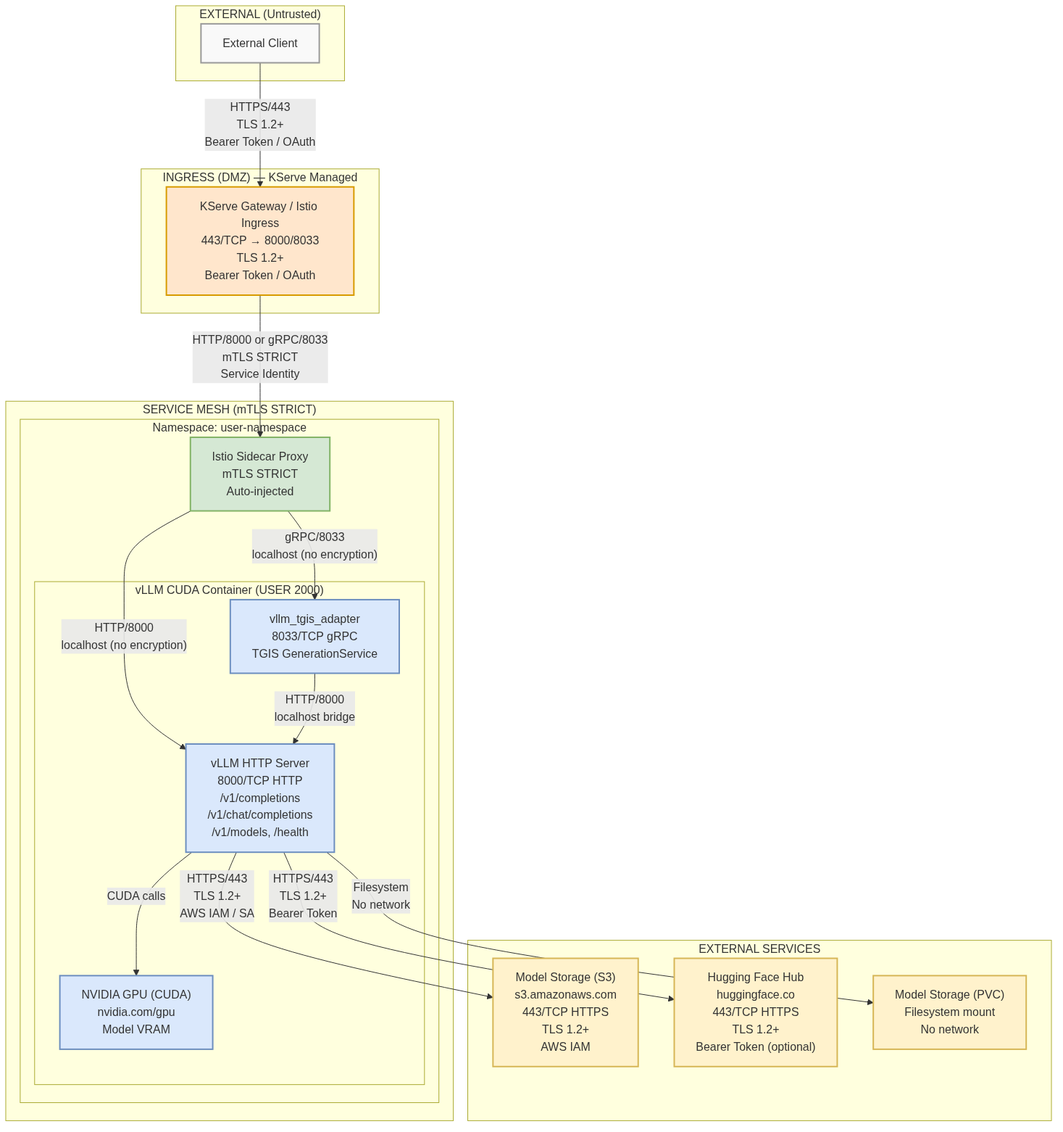
Earlier version of the Mermaid export architecture/rhoai.next/diagrams/vllm-security-network.png (rhuss/architecture-context). Its source is kept beside it as architecture/rhoai.next/diagrams/vllm-security-network.mmd. The source it was exported from:
```mermaid
graph TB
    subgraph External["EXTERNAL (Untrusted)"]
        Client["External Client"]
    end

    subgraph Ingress["INGRESS (DMZ) — KServe Managed"]
        Gateway["KServe Gateway / Istio Ingress<br/>443/TCP → 8000/8033<br/>TLS 1.2+<br/>Bearer Token / OAuth"]
    end

    subgraph ServiceMesh["SERVICE MESH (mTLS STRICT)"]
        direction TB

        subgraph NS_User["Namespace: user-namespace"]
            Sidecar["Istio Sidecar Proxy<br/>mTLS STRICT<br/>Auto-injected"]

            subgraph Container["vLLM CUDA Container (USER 2000)"]
                direction TB
                TGISAdapter["vllm_tgis_adapter<br/>8033/TCP gRPC<br/>TGIS GenerationService"]
                VLLMServer["vLLM HTTP Server<br/>8000/TCP HTTP<br/>/v1/completions<br/>/v1/chat/completions<br/>/v1/models, /health"]
                GPURuntime["NVIDIA GPU (CUDA)<br/>nvidia.com/gpu<br/>Model VRAM"]
            end
        end
    end

    subgraph ExternalServices["EXTERNAL SERVICES"]
        S3["Model Storage (S3)<br/>s3.amazonaws.com<br/>443/TCP HTTPS<br/>TLS 1.2+<br/>AWS IAM"]
        HFHub["Hugging Face Hub<br/>huggingface.co<br/>443/TCP HTTPS<br/>TLS 1.2+<br/>Bearer Token (optional)"]
        PVC["Model Storage (PVC)<br/>Filesystem mount<br/>No network"]
    end

    Client -->|"HTTPS/443<br/>TLS 1.2+<br/>Bearer Token / OAuth"| Gateway

    Gateway -->|"HTTP/8000 or gRPC/8033<br/>mTLS STRICT<br/>Service Identity"| Sidecar

    Sidecar -->|"HTTP/8000<br/>localhost (no encryption)"| VLLMServer
    Sidecar -->|"gRPC/8033<br/>localhost (no encryption)"| TGISAdapter

    TGISAdapter -->|"HTTP/8000<br/>localhost bridge"| VLLMServer
    VLLMServer -->|"CUDA calls"| GPURuntime

    VLLMServer -->|"HTTPS/443<br/>TLS 1.2+<br/>AWS IAM / SA"| S3
    VLLMServer -->|"HTTPS/443<br/>TLS 1.2+<br/>Bearer Token"| HFHub
    VLLMServer -->|"Filesystem<br/>No network"| PVC

    classDef external fill:#f9f9f9,stroke:#999,stroke-width:2px
    classDef ingress fill:#ffe6cc,stroke:#d79b00,stroke-width:2px
    classDef servicemesh fill:#d5e8d4,stroke:#82b366,stroke-width:2px
    classDef container fill:#dae8fc,stroke:#6c8ebf,stroke-width:2px
    classDef externalservice fill:#fff2cc,stroke:#d6b656,stroke-width:2px

    class Client external
    class Gateway ingress
    class Sidecar servicemesh
    class TGISAdapter,VLLMServer,GPURuntime container
    class S3,HFHub,PVC externalservice
```
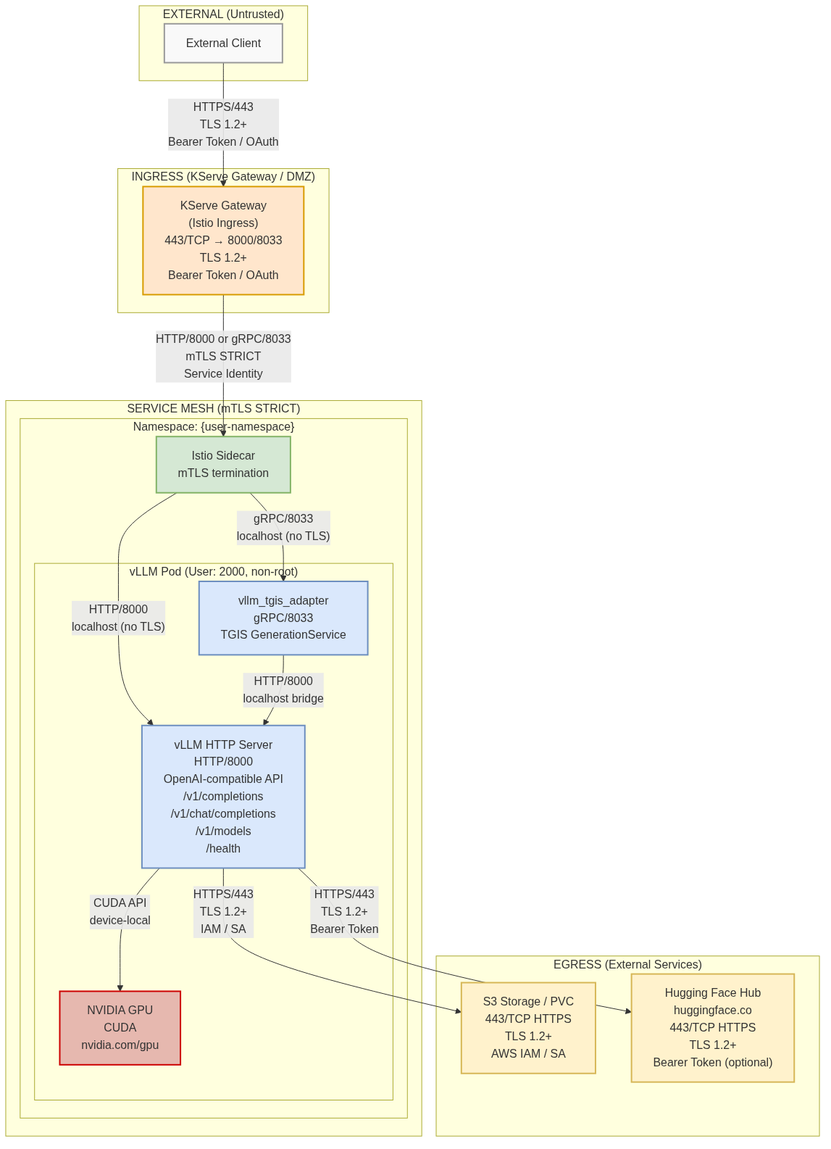
After the change.

Diff of the diagram source:
```diff
@@ -3,53 +3,48 @@
         Client["External Client"]
     end
 
-    subgraph Ingress["INGRESS (DMZ) — KServe Managed"]
-        Gateway["KServe Gateway / Istio Ingress<br/>443/TCP → 8000/8033<br/>TLS 1.2+<br/>Bearer Token / OAuth"]
+    subgraph Ingress["INGRESS (KServe Gateway / DMZ)"]
+        Gateway["KServe Gateway<br/>(Istio Ingress)<br/>443/TCP → 8000/8033<br/>TLS 1.2+<br/>Bearer Token / OAuth"]
     end
 
     subgraph ServiceMesh["SERVICE MESH (mTLS STRICT)"]
         direction TB
 
-        subgraph NS_User["Namespace: user-namespace"]
-            Sidecar["Istio Sidecar Proxy<br/>mTLS STRICT<br/>Auto-injected"]
+        subgraph NS_User["Namespace: {user-namespace}"]
+            Sidecar["Istio Sidecar<br/>mTLS termination"]
 
-            subgraph Container["vLLM CUDA Container (USER 2000)"]
-                direction TB
-                TGISAdapter["vllm_tgis_adapter<br/>8033/TCP gRPC<br/>TGIS GenerationService"]
-                VLLMServer["vLLM HTTP Server<br/>8000/TCP HTTP<br/>/v1/completions<br/>/v1/chat/completions<br/>/v1/models, /health"]
-                GPURuntime["NVIDIA GPU (CUDA)<br/>nvidia.com/gpu<br/>Model VRAM"]
+            subgraph Pod["vLLM Pod (User: 2000, non-root)"]
+                TGISAdapter["vllm_tgis_adapter<br/>gRPC/8033<br/>TGIS GenerationService"]
+                vLLMHTTP["vLLM HTTP Server<br/>HTTP/8000<br/>OpenAI-compatible API<br/>/v1/completions<br/>/v1/chat/completions<br/>/v1/models<br/>/health"]
+                GPUDevice["NVIDIA GPU<br/>CUDA<br/>nvidia.com/gpu"]
             end
         end
     end
 
-    subgraph ExternalServices["EXTERNAL SERVICES"]
-        S3["Model Storage (S3)<br/>s3.amazonaws.com<br/>443/TCP HTTPS<br/>TLS 1.2+<br/>AWS IAM"]
-        HFHub["Hugging Face Hub<br/>huggingface.co<br/>443/TCP HTTPS<br/>TLS 1.2+<br/>Bearer Token (optional)"]
-        PVC["Model Storage (PVC)<br/>Filesystem mount<br/>No network"]
+    subgraph ExternalServices["EGRESS (External Services)"]
+        S3["S3 Storage / PVC<br/>443/TCP HTTPS<br/>TLS 1.2+<br/>AWS IAM / SA"]
+        HuggingFace["Hugging Face Hub<br/>huggingface.co<br/>443/TCP HTTPS<br/>TLS 1.2+<br/>Bearer Token (optional)"]
     end
 
     Client -->|"HTTPS/443<br/>TLS 1.2+<br/>Bearer Token / OAuth"| Gateway
-
     Gateway -->|"HTTP/8000 or gRPC/8033<br/>mTLS STRICT<br/>Service Identity"| Sidecar
-
-    Sidecar -->|"HTTP/8000<br/>localhost (no encryption)"| VLLMServer
-    Sidecar -->|"gRPC/8033<br/>localhost (no encryption)"| TGISAdapter
-
-    TGISAdapter -->|"HTTP/8000<br/>localhost bridge"| VLLMServer
-    VLLMServer -->|"CUDA calls"| GPURuntime
-
-    VLLMServer -->|"HTTPS/443<br/>TLS 1.2+<br/>AWS IAM / SA"| S3
-    VLLMServer -->|"HTTPS/443<br/>TLS 1.2+<br/>Bearer Token"| HFHub
-    VLLMServer -->|"Filesystem<br/>No network"| PVC
+    Sidecar -->|"HTTP/8000<br/>localhost (no TLS)"| vLLMHTTP
+    Sidecar -->|"gRPC/8033<br/>localhost (no TLS)"| TGISAdapter
+    TGISAdapter -->|"HTTP/8000<br/>localhost bridge"| vLLMHTTP
+    vLLMHTTP -->|"CUDA API<br/>device-local"| GPUDevice
+    vLLMHTTP -->|"HTTPS/443<br/>TLS 1.2+<br/>IAM / SA"| S3
+    vLLMHTTP -->|"HTTPS/443<br/>TLS 1.2+<br/>Bearer Token"| HuggingFace
 
     classDef external fill:#f9f9f9,stroke:#999,stroke-width:2px
     classDef ingress fill:#ffe6cc,stroke:#d79b00,stroke-width:2px
     classDef servicemesh fill:#d5e8d4,stroke:#82b366,stroke-width:2px
-    classDef container fill:#dae8fc,stroke:#6c8ebf,stroke-width:2px
+    classDef pod fill:#dae8fc,stroke:#6c8ebf,stroke-width:2px
+    classDef gpu fill:#e6b8af,stroke:#cc0000,stroke-width:2px
     classDef externalservice fill:#fff2cc,stroke:#d6b656,stroke-width:2px
 
     class Client external
     class Gateway ingress
     class Sidecar servicemesh
-    class TGISAdapter,VLLMServer,GPURuntime container
-    class S3,HFHub,PVC externalservice
+    class TGISAdapter,vLLMHTTP pod
+    class GPUDevice gpu
+    class S3,HuggingFace externalservice
```
